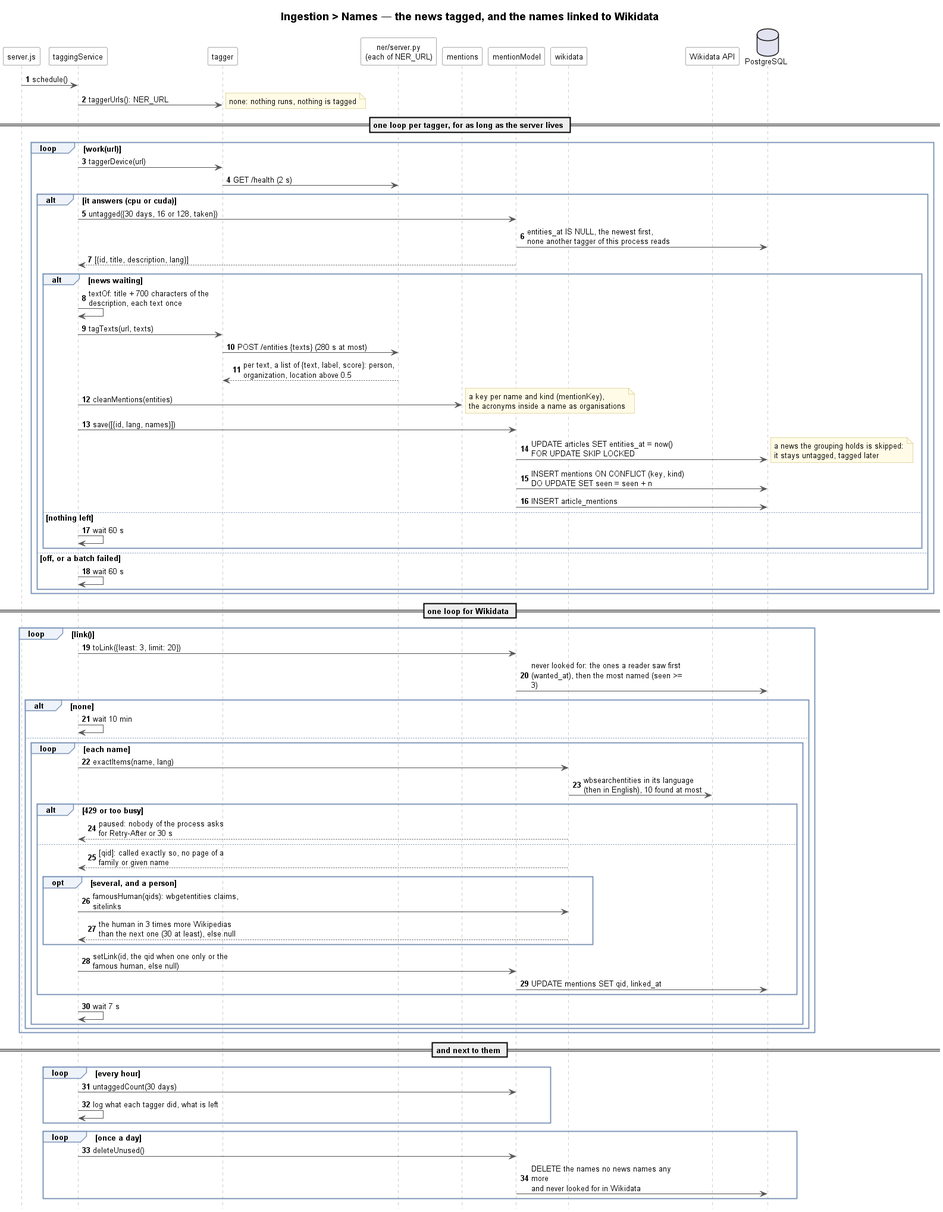
TPI2026-NewsGenerator/NewsGenerator-Backend keeps this PlantUML diagram as docs/ingestion/names/ingestion-names-sequence.png. Above is the earlier version.
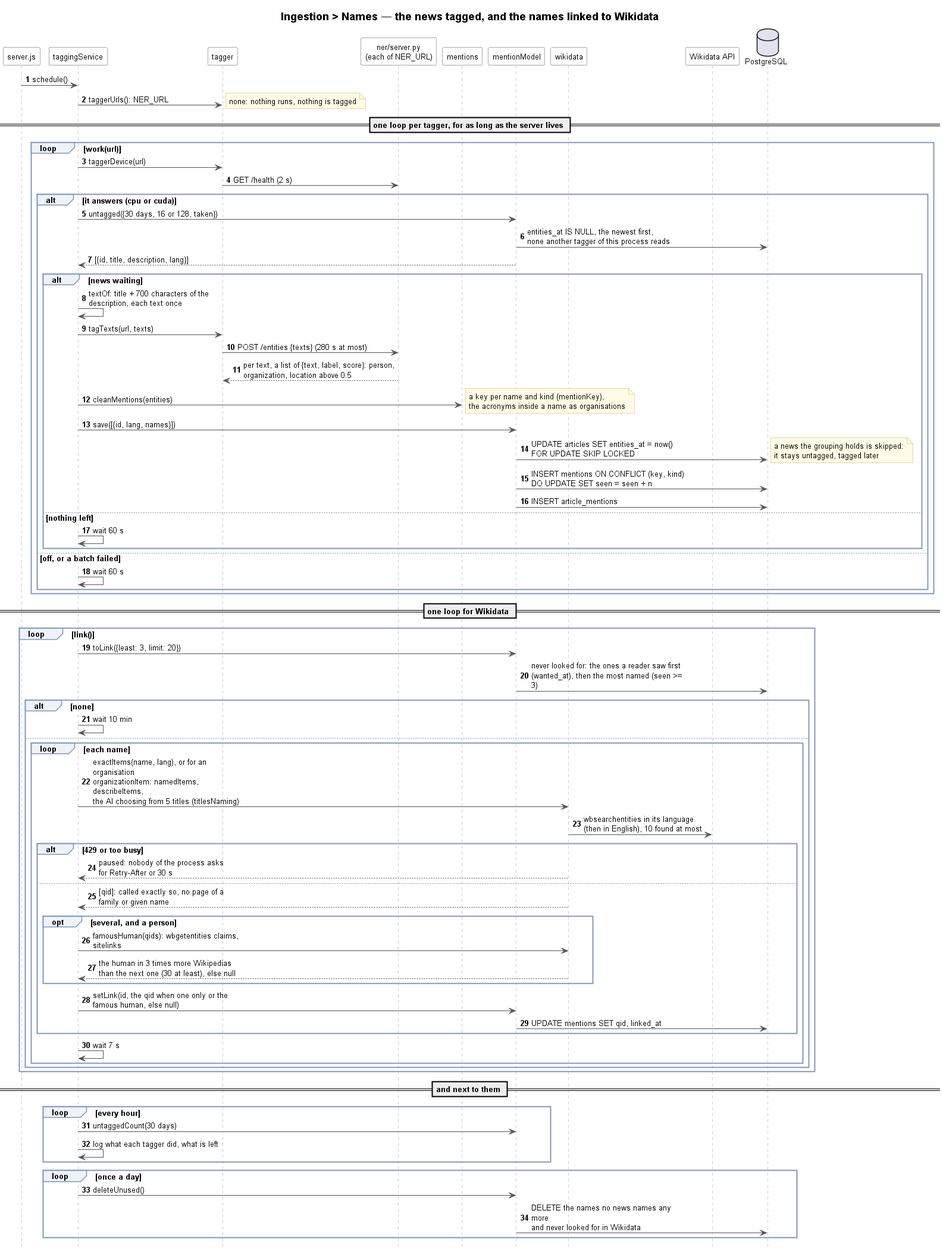
Above is the later version.

Commit message:
An organisation told apart by the AI among its namesakes of Wikidata

Change to the diagram source:
```diff
@@ -52,7 +52,7 @@
         Tagging -> Tagging : wait 10 min
     else
         loop each name
-            Tagging -> Wiki : exactItems(name, lang)
+            Tagging -> Wiki : exactItems(name, lang), or for an organisation\norganizationItem: namedItems, describeItems,\nthe AI choosing from 5 titles (titlesNaming)
             Wiki -> WikiApi : wbsearchentities in its language\n(then in English), 10 found at most
             alt 429 or too busy
                 Wiki --> Tagging : paused: nobody of the process asks\nfor Retry-After or 30 s
```
